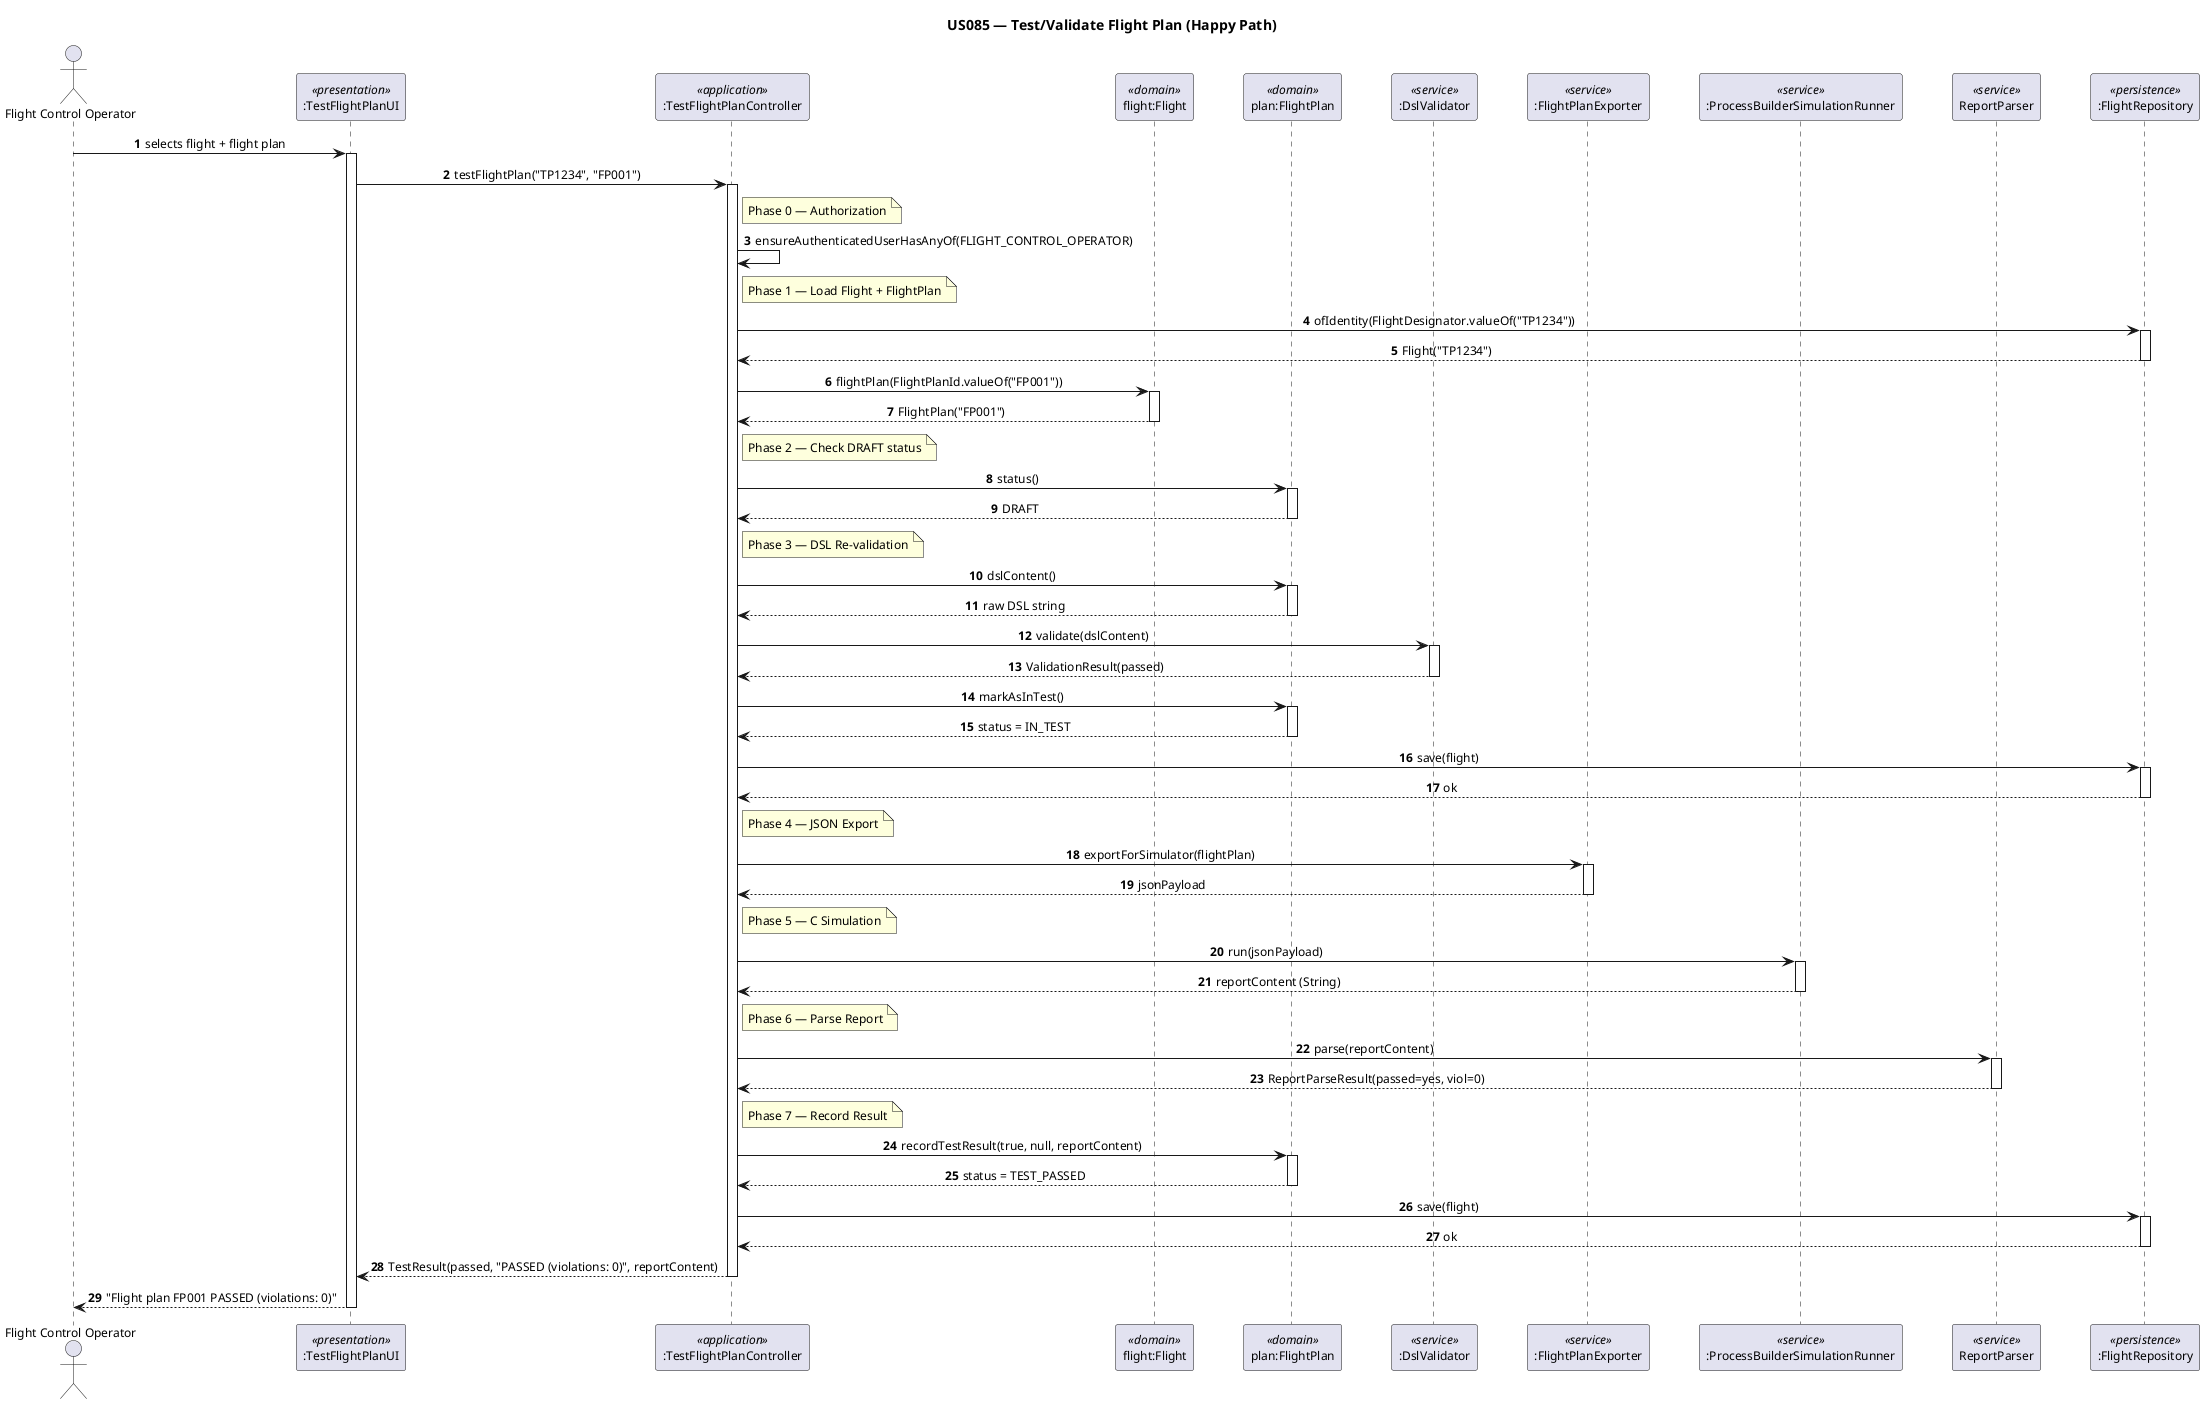
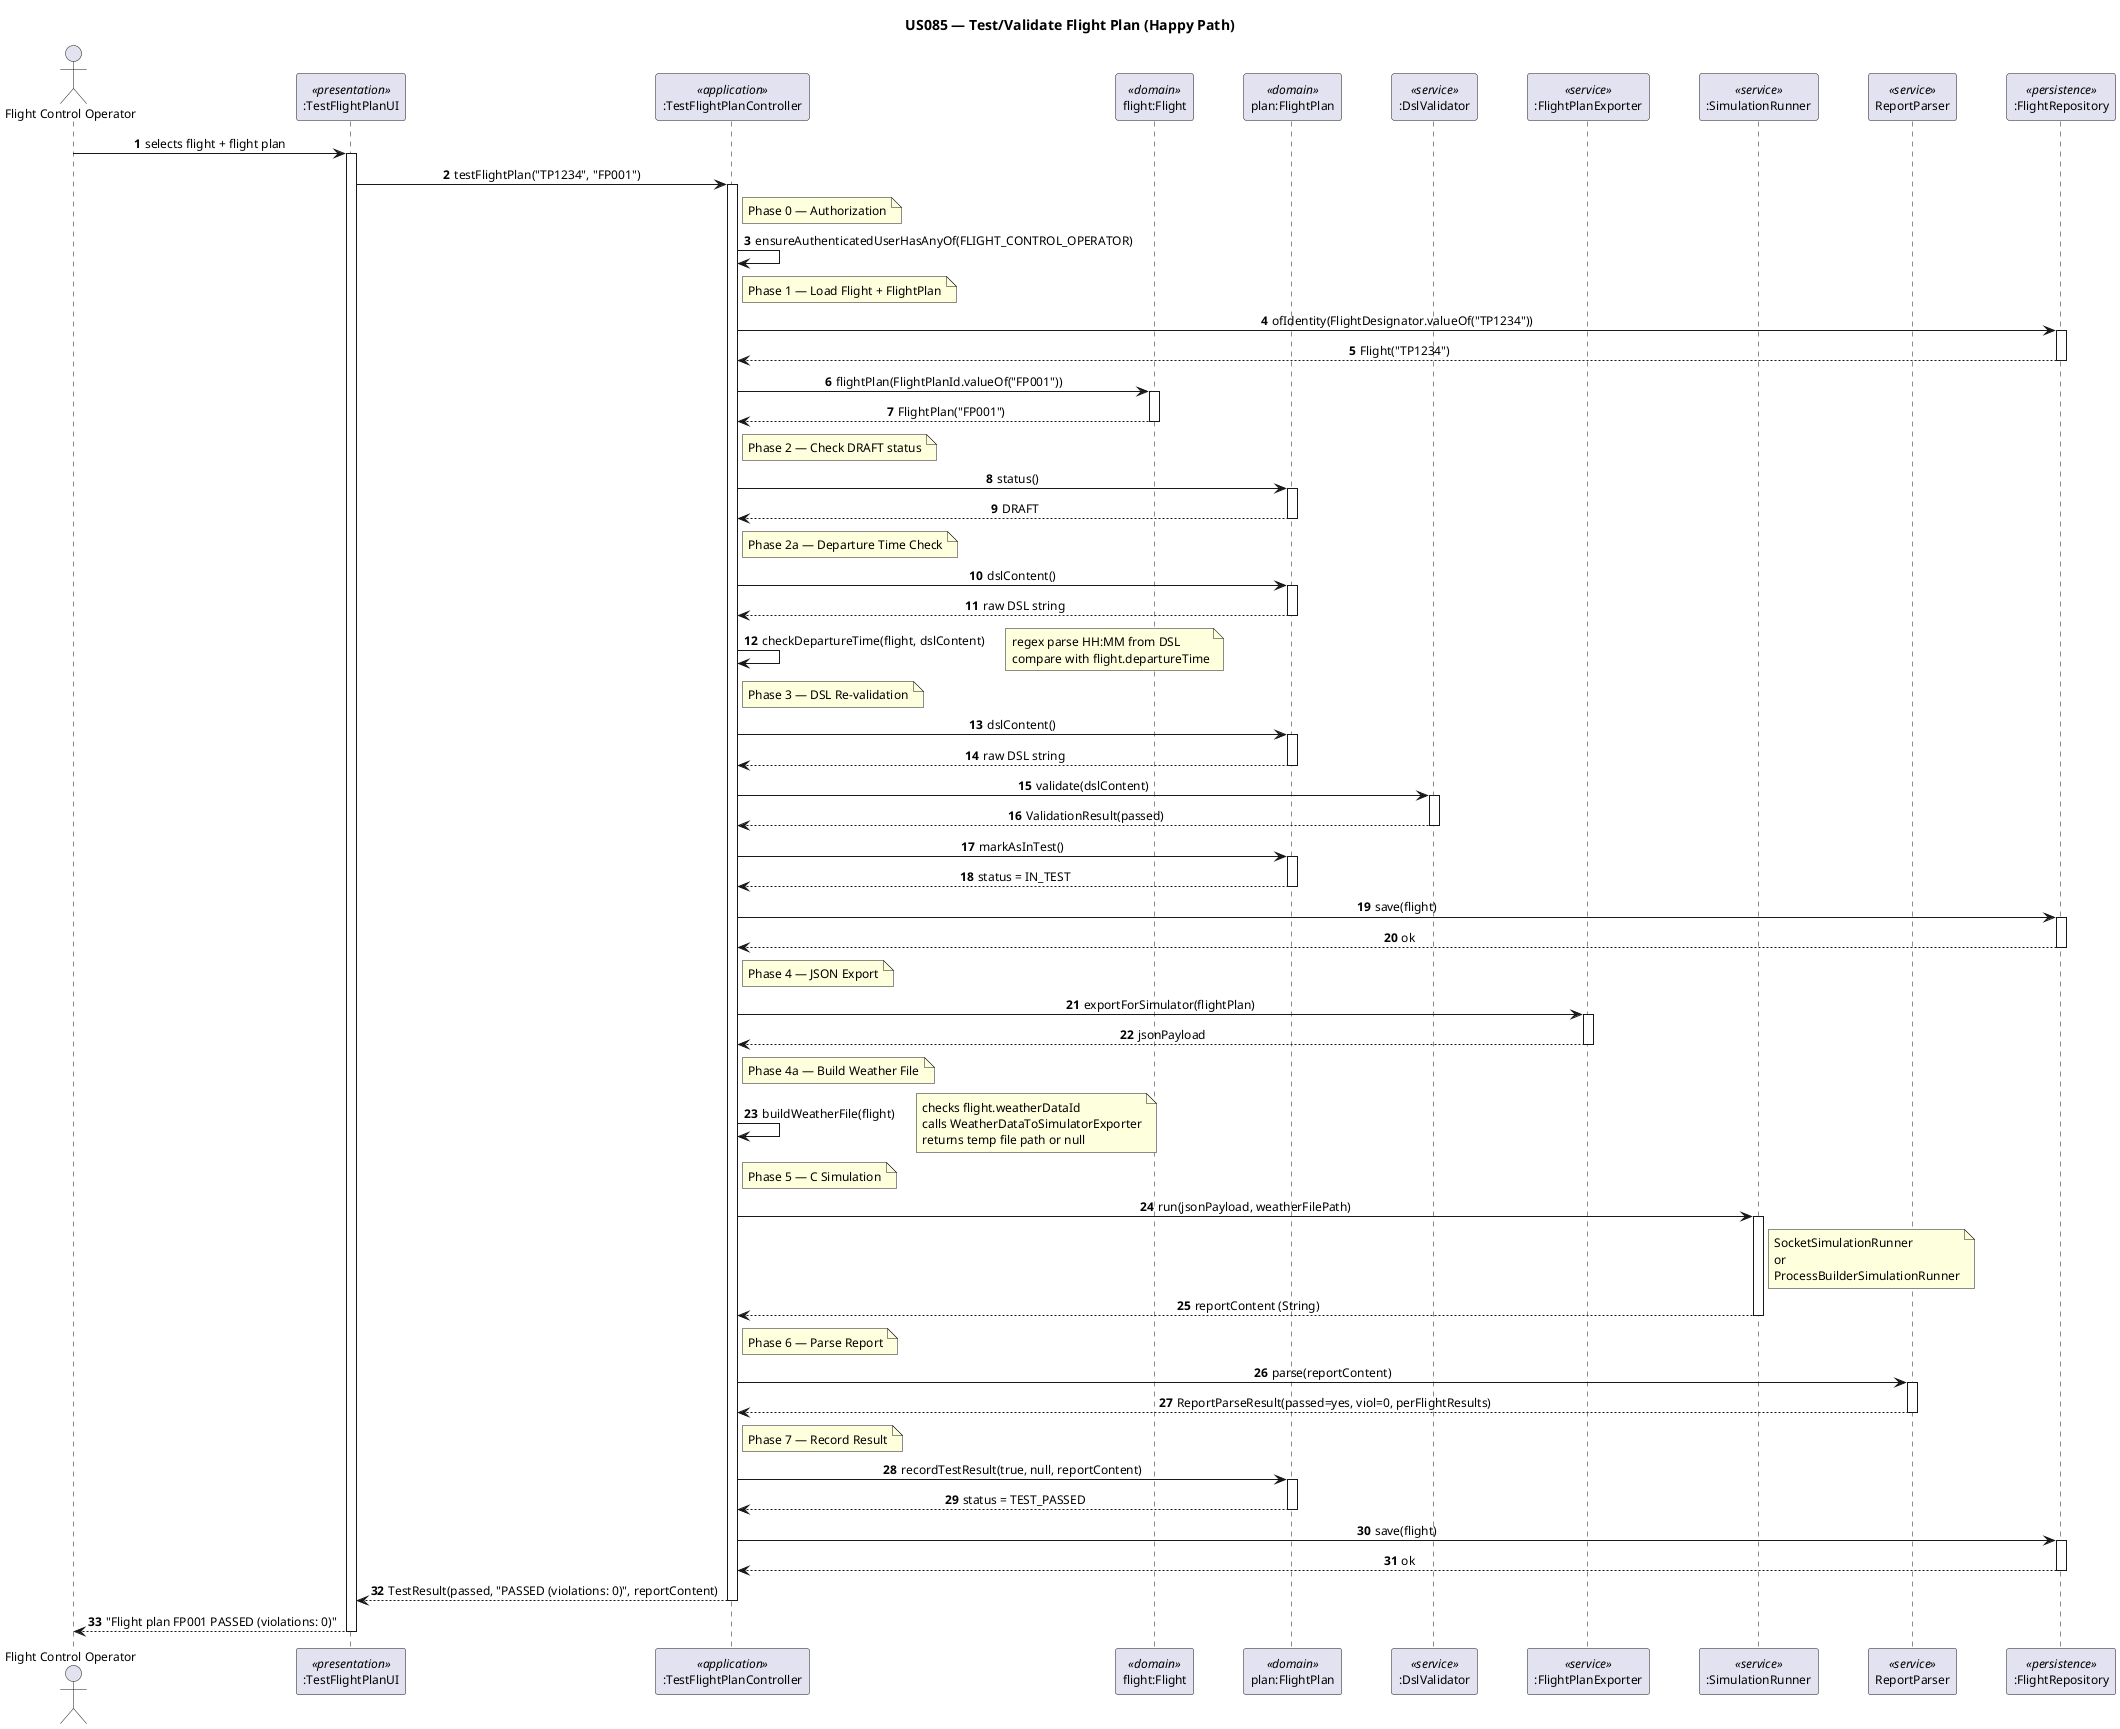
@startuml sd_us085_test_flight_plan
title US085 — Test/Validate Flight Plan (Happy Path)

skinparam sequenceMessageAlign center
skinparam defaultFontName Arial
skinparam defaultFontSize 12
skinparam ParticipantPadding 20

autonumber

actor "Flight Control Operator" as actor
participant ":TestFlightPlanUI"                as ui          <<presentation>>
participant ":TestFlightPlanController"        as ctrl        <<application>>
participant "flight:Flight"                    as flight      <<domain>>
participant "plan:FlightPlan"                  as plan        <<domain>>
participant ":DslValidator"                    as dsl         <<service>>
participant ":FlightPlanExporter"              as exporter    <<service>>
- participant ":ProcessBuilderSimulationRunner"  as runner      <<service>>
+ participant ":SimulationRunner"                as runner      <<service>>
participant "ReportParser"                     as parser      <<service>>
participant ":FlightRepository"                as repo        <<persistence>>

actor -> ui : selects flight + flight plan
activate ui
ui -> ctrl : testFlightPlan("TP1234", "FP001")
activate ctrl

note right of ctrl : Phase 0 — Authorization
ctrl -> ctrl : ensureAuthenticatedUserHasAnyOf(FLIGHT_CONTROL_OPERATOR)

note right of ctrl : Phase 1 — Load Flight + FlightPlan
ctrl -> repo : ofIdentity(FlightDesignator.valueOf("TP1234"))
activate repo
repo --> ctrl : Flight("TP1234")
deactivate repo
ctrl -> flight : flightPlan(FlightPlanId.valueOf("FP001"))
activate flight
flight --> ctrl : FlightPlan("FP001")
deactivate flight

note right of ctrl : Phase 2 — Check DRAFT status
ctrl -> plan : status()
activate plan
plan --> ctrl : DRAFT
deactivate plan

+ note right of ctrl : Phase 2a — Departure Time Check
+ ctrl -> plan : dslContent()
+ activate plan
+ plan --> ctrl : raw DSL string
+ deactivate plan
+ ctrl -> ctrl : checkDepartureTime(flight, dslContent)
+ note right : regex parse HH:MM from DSL\ncompare with flight.departureTime
+ 
note right of ctrl : Phase 3 — DSL Re-validation
ctrl -> plan : dslContent()
activate plan
plan --> ctrl : raw DSL string
deactivate plan
ctrl -> dsl : validate(dslContent)
activate dsl
dsl --> ctrl : ValidationResult(passed)
deactivate dsl

ctrl -> plan : markAsInTest()
activate plan
plan --> ctrl : status = IN_TEST
deactivate plan
ctrl -> repo : save(flight)
activate repo
repo --> ctrl : ok
deactivate repo

note right of ctrl : Phase 4 — JSON Export
ctrl -> exporter : exportForSimulator(flightPlan)
activate exporter
exporter --> ctrl : jsonPayload
deactivate exporter

+ note right of ctrl : Phase 4a — Build Weather File
+ ctrl -> ctrl : buildWeatherFile(flight)
+ note right : checks flight.weatherDataId\ncalls WeatherDataToSimulatorExporter\nreturns temp file path or null
+ 
note right of ctrl : Phase 5 — C Simulation
- ctrl -> runner : run(jsonPayload)
+ ctrl -> runner : run(jsonPayload, weatherFilePath)
activate runner
+ note right of runner : SocketSimulationRunner\nor\nProcessBuilderSimulationRunner
runner --> ctrl : reportContent (String)
deactivate runner

note right of ctrl : Phase 6 — Parse Report
ctrl -> parser : parse(reportContent)
activate parser
- parser --> ctrl : ReportParseResult(passed=yes, viol=0)
+ parser --> ctrl : ReportParseResult(passed=yes, viol=0, perFlightResults)
deactivate parser

note right of ctrl : Phase 7 — Record Result
ctrl -> plan : recordTestResult(true, null, reportContent)
activate plan
plan --> ctrl : status = TEST_PASSED
deactivate plan

ctrl -> repo : save(flight)
activate repo
repo --> ctrl : ok
deactivate repo

ctrl --> ui : TestResult(passed, "PASSED (violations: 0)", reportContent)
deactivate ctrl
ui --> actor : "Flight plan FP001 PASSED (violations: 0)"
deactivate ui
@enduml
